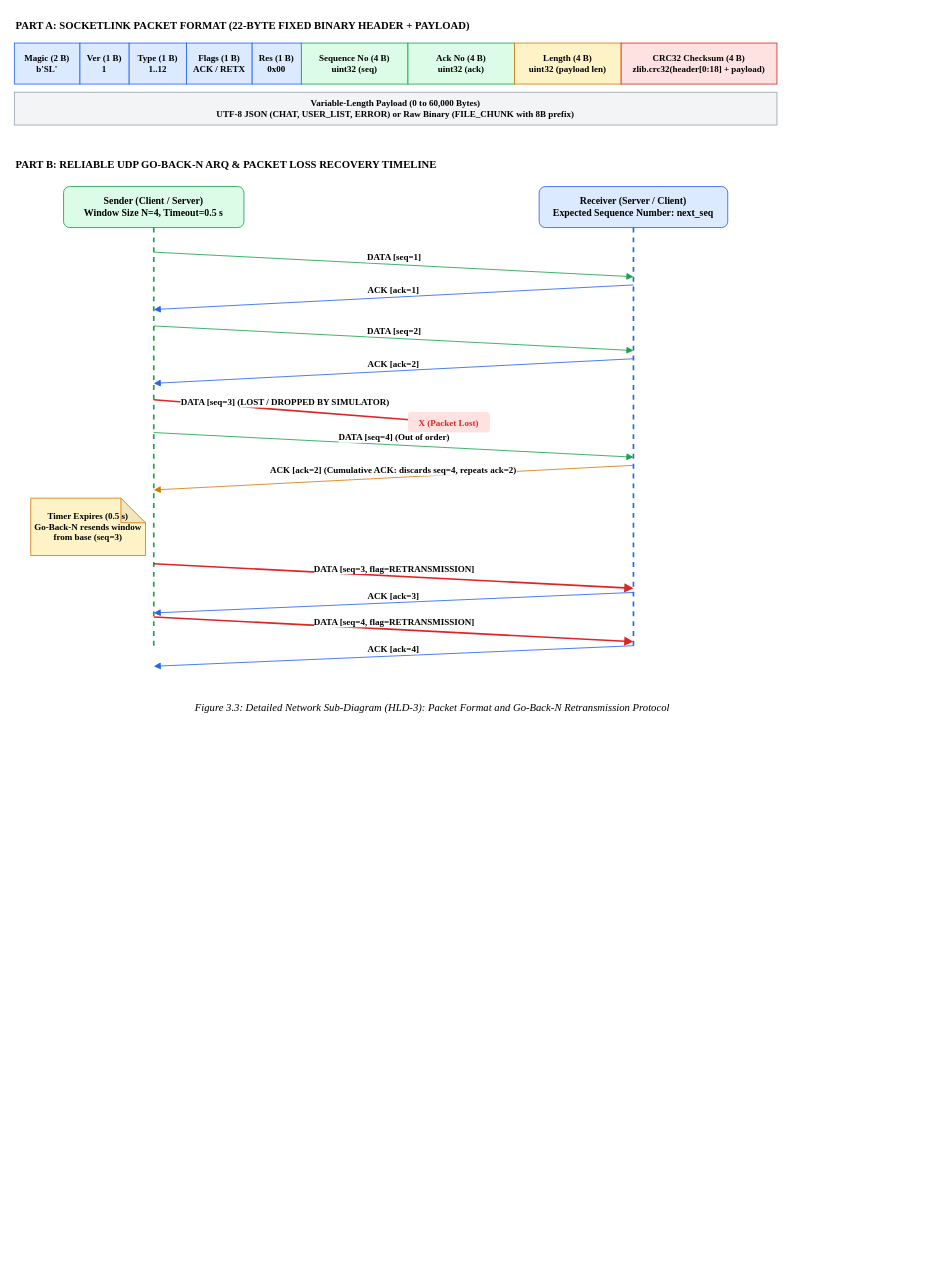
Above: docs/diagrams/fig-3-6-11-sub-diagram.drawio in sudenall/socketlink (draw.io), before the change. Source tidied: cells renumbered, new cells numbered last; positions are measured from the earlier drawing's top-left corner, leaving out a move shared by most shapes. Both pictures are drawn from the tidied source at 82%, with x=0, y=0 at pixel (14, 14).
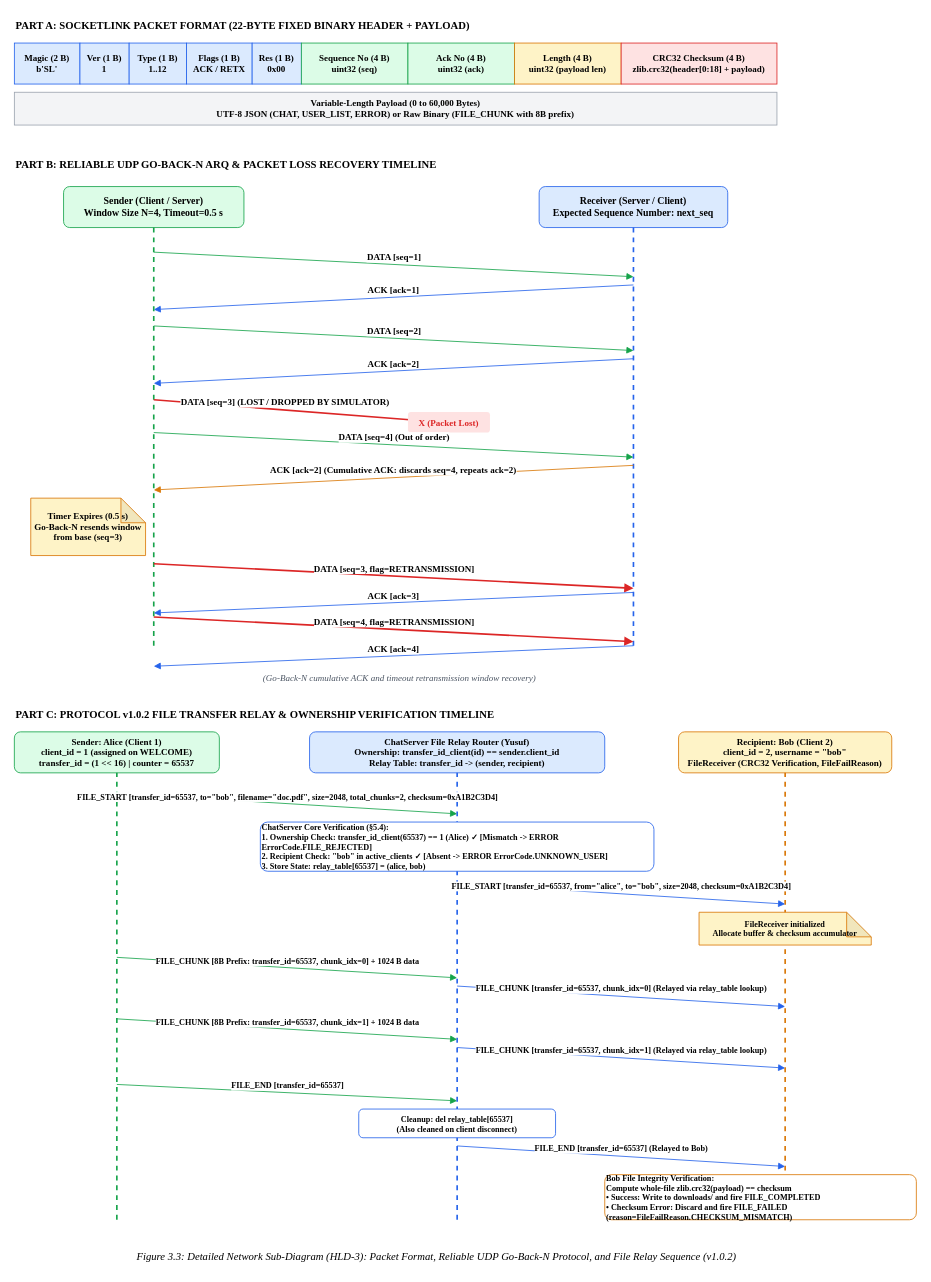
The same page after the edit.

Commit message (it also covers changes not shown here):
docs(diagrams): update file relay routing, transfer_id rules, and how to run

Diff of the diagram source:
```diff
@@
+    <mxCell id="32" value="(Go-Back-N cumulative ACK and timeout retransmission window recovery)" style="text;html=1;strokeColor=none;fillColor=none;align=center;verticalAlign=middle;whiteSpace=wrap;rounded=0;fontFamily=Times New Roman;fontSize=11;fontStyle=2;fontColor=#4b5563;" parent="1" vertex="1">
+      <mxGeometry x="220" y="800" width="500" height="20" as="geometry" />
+    </mxCell>
+    <mxCell id="33" value="PART C: PROTOCOL v1.0.2 FILE TRANSFER RELAY &amp; OWNERSHIP VERIFICATION TIMELINE" style="text;html=1;strokeColor=none;fillColor=none;align=left;verticalAlign=middle;whiteSpace=wrap;rounded=0;fontFamily=Times New Roman;fontSize=13;fontStyle=1;" parent="1" vertex="1">
+      <mxGeometry y="840" width="900" height="25" as="geometry" />
+    </mxCell>
+    <mxCell id="34" value="Sender: Alice (Client 1)&#10;client_id = 1 (assigned on WELCOME)&#10;transfer_id = (1 &lt;&lt; 16) | counter = 65537" style="rounded=1;whiteSpace=wrap;html=1;fillColor=#dcfce7;strokeColor=#16a34a;fontFamily=Times New Roman;fontSize=11;fontStyle=1;" parent="1" vertex="1">
+      <mxGeometry y="875" width="250" height="50" as="geometry" />
+    </mxCell>
+    <mxCell id="35" value="ChatServer File Relay Router (Yusuf)&#10;Ownership: transfer_id_client(id) == sender.client_id&#10;Relay Table: transfer_id -&gt; (sender, recipient)" style="rounded=1;whiteSpace=wrap;html=1;fillColor=#dbeafe;strokeColor=#2563eb;fontFamily=Times New Roman;fontSize=11;fontStyle=1;" parent="1" vertex="1">
+      <mxGeometry x="360" y="875" width="360" height="50" as="geometry" />
+    </mxCell>
+    <mxCell id="36" value="Recipient: Bob (Client 2)&#10;client_id = 2, username = &quot;bob&quot;&#10;FileReceiver (CRC32 Verification, FileFailReason)" style="rounded=1;whiteSpace=wrap;html=1;fillColor=#fef3c7;strokeColor=#d97706;fontFamily=Times New Roman;fontSize=11;fontStyle=1;" parent="1" vertex="1">
+      <mxGeometry x="810" y="875" width="260" height="50" as="geometry" />
+    </mxCell>
+    <mxCell id="37" style="endArrow=none;dashed=1;html=1;strokeWidth=2;strokeColor=#16a34a;" parent="1" edge="1">
+      <mxGeometry relative="1" as="geometry">
+        <mxPoint x="125" y="1470" as="sourcePoint" />
+        <mxPoint x="125" y="925" as="targetPoint" />
+      </mxGeometry>
+    </mxCell>
+    <mxCell id="38" style="endArrow=none;dashed=1;html=1;strokeWidth=2;strokeColor=#2563eb;" parent="1" edge="1">
+      <mxGeometry relative="1" as="geometry">
+        <mxPoint x="540" y="1470" as="sourcePoint" />
+        <mxPoint x="540" y="925" as="targetPoint" />
+      </mxGeometry>
+    </mxCell>
+    <mxCell id="39" style="endArrow=none;dashed=1;html=1;strokeWidth=2;strokeColor=#d97706;" parent="1" edge="1">
+      <mxGeometry relative="1" as="geometry">
+        <mxPoint x="940" y="1470" as="sourcePoint" />
+        <mxPoint x="940" y="925" as="targetPoint" />
+      </mxGeometry>
+    </mxCell>
+    <mxCell id="40" value="FILE_START [transfer_id=65537, to=&quot;bob&quot;, filename=&quot;doc.pdf&quot;, size=2048, total_chunks=2, checksum=0xA1B2C3D4]" style="html=1;verticalAlign=bottom;endArrow=block;rounded=0;strokeColor=#16a34a;fontFamily=Times New Roman;fontSize=10;fontStyle=1;" parent="1" edge="1">
+      <mxGeometry relative="1" as="geometry">
+        <mxPoint x="125" y="950" as="sourcePoint" />
+        <mxPoint x="540" y="975" as="targetPoint" />
+      </mxGeometry>
+    </mxCell>
+    <mxCell id="41" value="ChatServer Core Verification (§5.4):&#10;1. Ownership Check: transfer_id_client(65537) == 1 (Alice) ✓ [Mismatch -&gt; ERROR ErrorCode.FILE_REJECTED]&#10;2. Recipient Check: &quot;bob&quot; in active_clients ✓ [Absent -&gt; ERROR ErrorCode.UNKNOWN_USER]&#10;3. Store State: relay_table[65537] = (alice, bob)" style="rounded=1;whiteSpace=wrap;html=1;fillColor=#ffffff;strokeColor=#2563eb;fontFamily=Times New Roman;fontSize=10;fontStyle=1;align=left;" parent="1" vertex="1">
+      <mxGeometry x="300" y="985" width="480" height="60" as="geometry" />
+    </mxCell>
+    <mxCell id="42" value="FILE_START [transfer_id=65537, from=&quot;alice&quot;, to=&quot;bob&quot;, size=2048, checksum=0xA1B2C3D4]" style="html=1;verticalAlign=bottom;endArrow=block;rounded=0;strokeColor=#2563eb;fontFamily=Times New Roman;fontSize=10;fontStyle=1;" parent="1" edge="1">
+      <mxGeometry relative="1" as="geometry">
+        <mxPoint x="540" y="1060" as="sourcePoint" />
+        <mxPoint x="940" y="1085" as="targetPoint" />
+      </mxGeometry>
+    </mxCell>
+    <mxCell id="43" value="FileReceiver initialized&#10;Allocate buffer &amp; checksum accumulator" style="shape=note;whiteSpace=wrap;html=1;backgroundOutline=1;darkOpacity=0.05;fillColor=#fef3c7;strokeColor=#d97706;fontFamily=Times New Roman;fontSize=10;fontStyle=1;" parent="1" vertex="1">
+      <mxGeometry x="835" y="1095" width="210" height="40" as="geometry" />
+    </mxCell>
+    <mxCell id="44" value="FILE_CHUNK [8B Prefix: transfer_id=65537, chunk_idx=0] + 1024 B data" style="html=1;verticalAlign=bottom;endArrow=block;rounded=0;strokeColor=#16a34a;fontFamily=Times New Roman;fontSize=10;fontStyle=1;" parent="1" edge="1">
+      <mxGeometry relative="1" as="geometry">
+        <mxPoint x="125" y="1150" as="sourcePoint" />
+        <mxPoint x="540" y="1175" as="targetPoint" />
+      </mxGeometry>
+    </mxCell>
+    <mxCell id="45" value="FILE_CHUNK [transfer_id=65537, chunk_idx=0] (Relayed via relay_table lookup)" style="html=1;verticalAlign=bottom;endArrow=block;rounded=0;strokeColor=#2563eb;fontFamily=Times New Roman;fontSize=10;fontStyle=1;" parent="1" edge="1">
+      <mxGeometry relative="1" as="geometry">
+        <mxPoint x="540" y="1185" as="sourcePoint" />
+        <mxPoint x="940" y="1210" as="targetPoint" />
+      </mxGeometry>
+    </mxCell>
+    <mxCell id="46" value="FILE_CHUNK [8B Prefix: transfer_id=65537, chunk_idx=1] + 1024 B data" style="html=1;verticalAlign=bottom;endArrow=block;rounded=0;strokeColor=#16a34a;fontFamily=Times New Roman;fontSize=10;fontStyle=1;" parent="1" edge="1">
+      <mxGeometry relative="1" as="geometry">
+        <mxPoint x="125" y="1225" as="sourcePoint" />
+        <mxPoint x="540" y="1250" as="targetPoint" />
+      </mxGeometry>
+    </mxCell>
+    <mxCell id="47" value="FILE_CHUNK [transfer_id=65537, chunk_idx=1] (Relayed via relay_table lookup)" style="html=1;verticalAlign=bottom;endArrow=block;rounded=0;strokeColor=#2563eb;fontFamily=Times New Roman;fontSize=10;fontStyle=1;" parent="1" edge="1">
+      <mxGeometry relative="1" as="geometry">
+        <mxPoint x="540" y="1260" as="sourcePoint" />
+        <mxPoint x="940" y="1285" as="targetPoint" />
+      </mxGeometry>
+    </mxCell>
+    <mxCell id="48" value="FILE_END [transfer_id=65537]" style="html=1;verticalAlign=bottom;endArrow=block;rounded=0;strokeColor=#16a34a;fontFamily=Times New Roman;fontSize=10;fontStyle=1;" parent="1" edge="1">
+      <mxGeometry relative="1" as="geometry">
+        <mxPoint x="125" y="1305" as="sourcePoint" />
+        <mxPoint x="540" y="1325" as="targetPoint" />
+      </mxGeometry>
+    </mxCell>
+    <mxCell id="49" value="Cleanup: del relay_table[65537]&#10;(Also cleaned on client disconnect)" style="rounded=1;whiteSpace=wrap;html=1;fillColor=#ffffff;strokeColor=#2563eb;fontFamily=Times New Roman;fontSize=10;fontStyle=1;align=center;" parent="1" vertex="1">
+      <mxGeometry x="420" y="1335" width="240" height="35" as="geometry" />
+    </mxCell>
+    <mxCell id="50" value="FILE_END [transfer_id=65537] (Relayed to Bob)" style="html=1;verticalAlign=bottom;endArrow=block;rounded=0;strokeColor=#2563eb;fontFamily=Times New Roman;fontSize=10;fontStyle=1;" parent="1" edge="1">
+      <mxGeometry relative="1" as="geometry">
+        <mxPoint x="540" y="1380" as="sourcePoint" />
+        <mxPoint x="940" y="1405" as="targetPoint" />
+      </mxGeometry>
+    </mxCell>
+    <mxCell id="51" value="Bob File Integrity Verification:&#10;Compute whole-file zlib.crc32(payload) == checksum&#10;• Success: Write to downloads/ and fire FILE_COMPLETED&#10;• Checksum Error: Discard and fire FILE_FAILED (reason=FileFailReason.CHECKSUM_MISMATCH)" style="rounded=1;whiteSpace=wrap;html=1;fillColor=#ffffff;strokeColor=#d97706;fontFamily=Times New Roman;fontSize=10;fontStyle=1;align=left;" parent="1" vertex="1">
+      <mxGeometry x="720" y="1415" width="380" height="55" as="geometry" />
+    </mxCell>
-    <mxCell id="31" value="Figure 3.3: Detailed Network Sub-Diagram (HLD-3): Packet Format and Go-Back-N Retransmission Protocol" style="text;html=1;strokeColor=none;fillColor=none;align=center;verticalAlign=middle;whiteSpace=wrap;rounded=0;fontFamily=Times New Roman;fontSize=13;fontStyle=2;" parent="1" vertex="1">
-      <mxGeometry x="160" y="830" width="700" height="30" as="geometry" />
+    <mxCell id="31" value="Figure 3.3: Detailed Network Sub-Diagram (HLD-3): Packet Format, Reliable UDP Go-Back-N Protocol, and File Relay Sequence (v1.0.2)" style="text;html=1;strokeColor=none;fillColor=none;align=center;verticalAlign=middle;whiteSpace=wrap;rounded=0;fontFamily=Times New Roman;fontSize=13;fontStyle=2;" parent="1" vertex="1">
+      <mxGeometry x="90" y="1500" width="850" height="30" as="geometry" />
     </mxCell>
```
